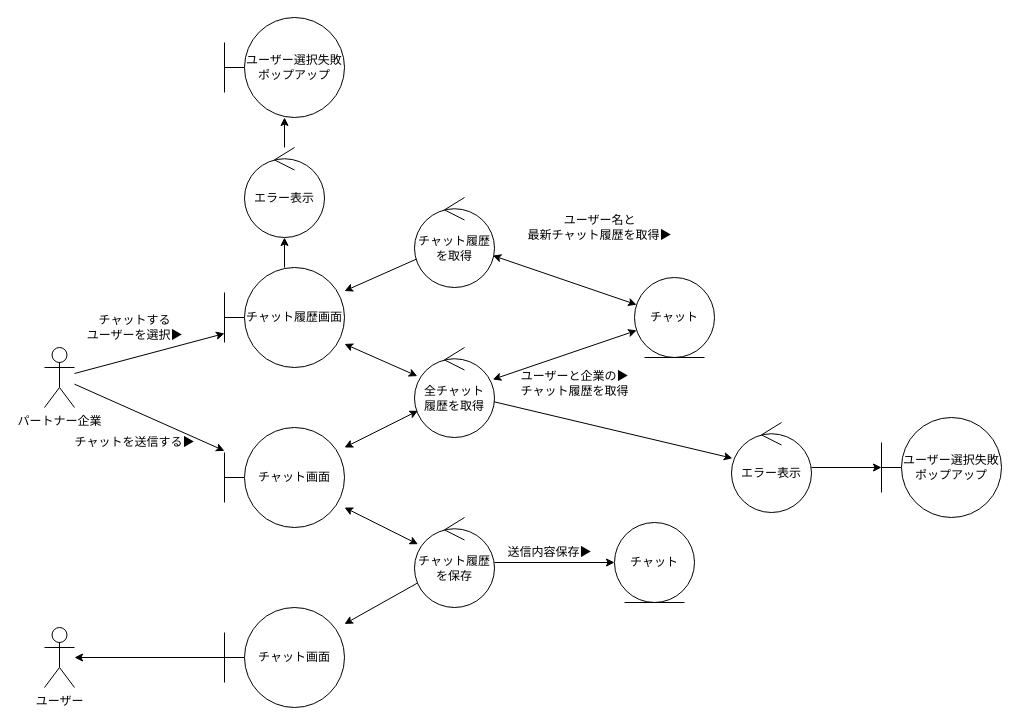
Before: page "チャット" (6 of 9) of out/ロバストネス図/パートナー企業-ロバストネス図.drawio in ksw2270227/GroupF, a draw.io diagram. Source tidied: cells renumbered, new cells numbered last; positions are measured from the earlier drawing's top-left corner, leaving out a move shared by most shapes. Both pictures are drawn from the tidied source at 100%, with x=0, y=0 at pixel (44, 17).
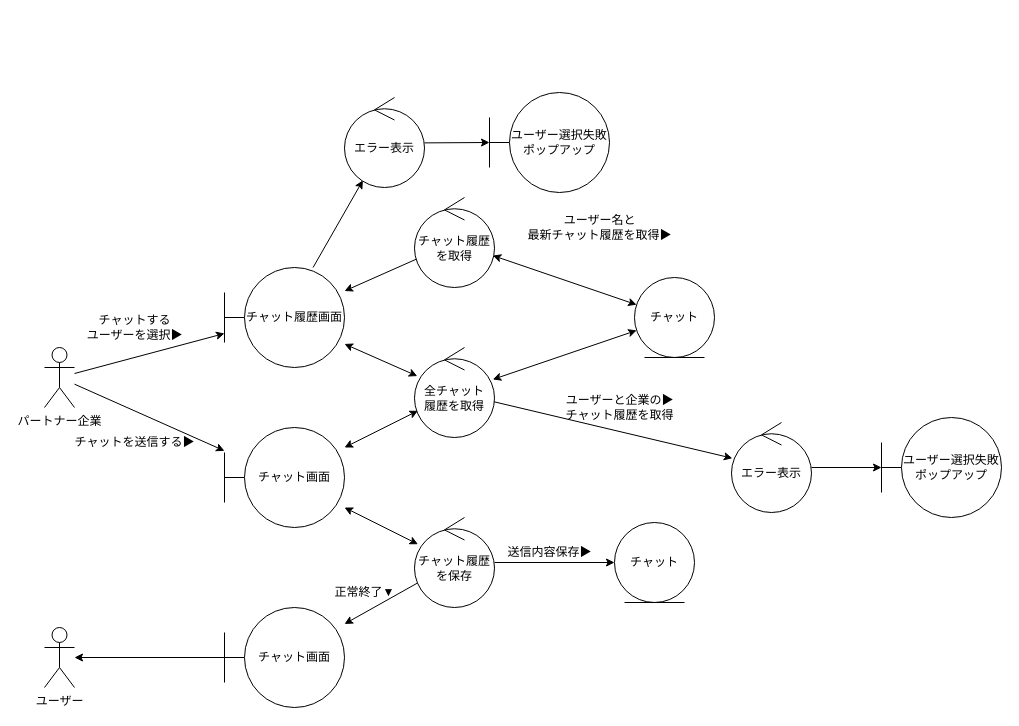
The same page after the edit.

Change to the diagram source:
```diff
@@
     <mxCell id="24" value="ユーザーと企業の▶&lt;br&gt;チャット履歴を取得" style="text;html=1;align=center;verticalAlign=middle;strokeColor=none;fillColor=none;" parent="1" vertex="1">
-      <mxGeometry x="465" y="346" width="130" height="40" as="geometry" />
+      <mxGeometry x="510" y="370" width="130" height="40" as="geometry" />
     </mxCell>
@@
     <mxCell id="30" value="エラー表示" style="ellipse;shape=umlControl;whiteSpace=wrap;html=1;" parent="1" vertex="1">
-      <mxGeometry x="200" y="130" width="80" height="90" as="geometry" />
+      <mxGeometry x="300" y="80" width="80" height="90" as="geometry" />
     </mxCell>
     <mxCell id="31" value="ユーザー選択失敗&lt;br&gt;ポップアップ" style="shape=umlBoundary;whiteSpace=wrap;html=1;" parent="1" vertex="1">
-      <mxGeometry x="180" width="120" height="100" as="geometry" />
+      <mxGeometry x="445" y="75" width="120" height="100" as="geometry" />
     </mxCell>
@@
+    <mxCell id="36" value="正常終了▼" style="text;html=1;align=center;verticalAlign=middle;strokeColor=none;fillColor=none;" parent="1" vertex="1">
+      <mxGeometry x="280" y="560" width="80" height="30" as="geometry" />
+    </mxCell>
```
